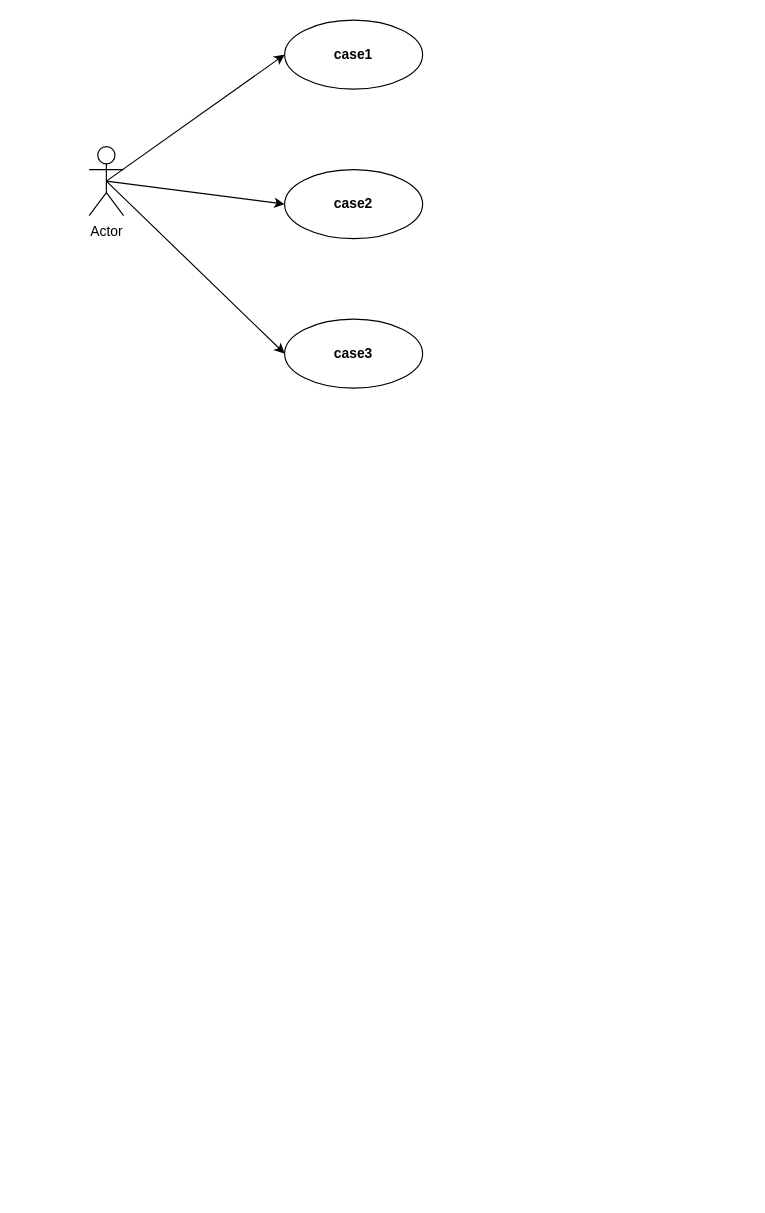
Before: demo.drawio in yoyooli8/yoyooli8.github.io, a draw.io diagram. Source tidied: cells renumbered, new cells numbered last; positions are measured from the earlier drawing's top-left corner, leaving out a move shared by most shapes. Both pictures are drawn from the tidied source at 115%, with x=0, y=0 at pixel (89, 20).
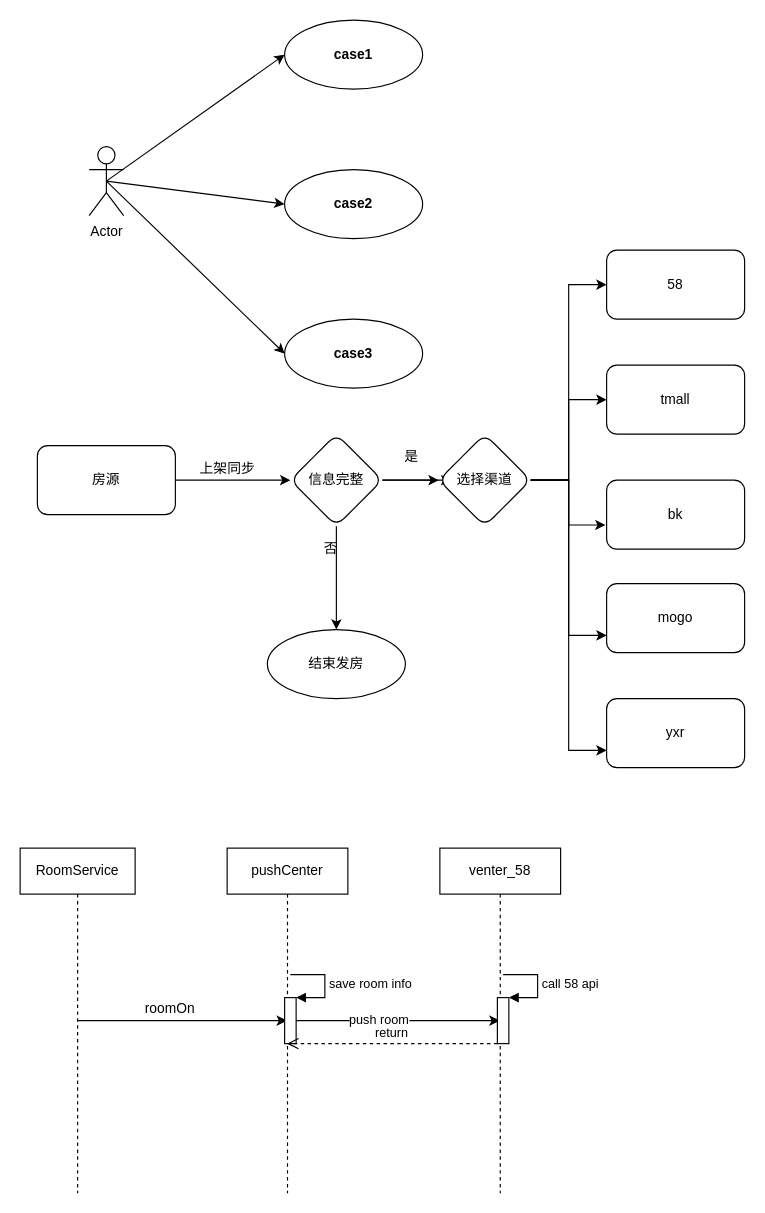
Above is the later version.

Diff of the diagram source:
```diff
@@
+    <mxCell id="9" style="edgeStyle=orthogonalEdgeStyle;rounded=0;jettySize=auto;html=1;" parent="1" edge="1" source="10" target="14">
+      <mxGeometry relative="1" as="geometry" />
+    </mxCell>
+    <mxCell id="10" value="房源" style="rounded=1;whiteSpace=wrap;html=1;" parent="1" vertex="1">
+      <mxGeometry x="-45" y="370" width="120" height="60" as="geometry" />
+    </mxCell>
+    <mxCell id="11" style="edgeStyle=orthogonalEdgeStyle;rounded=0;jettySize=auto;html=1;" parent="1" edge="1" source="14">
+      <mxGeometry relative="1" as="geometry">
+        <mxPoint x="315" y="400" as="targetPoint" />
+      </mxGeometry>
+    </mxCell>
+    <mxCell id="12" style="edgeStyle=orthogonalEdgeStyle;rounded=0;jettySize=auto;html=1;" parent="1" edge="1" source="14" target="22">
+      <mxGeometry relative="1" as="geometry" />
+    </mxCell>
+    <mxCell id="13" style="edgeStyle=orthogonalEdgeStyle;rounded=0;jettySize=auto;html=1;" parent="1" edge="1" source="14" target="23">
+      <mxGeometry relative="1" as="geometry" />
+    </mxCell>
+    <mxCell id="14" value="信息完整" style="rhombus;whiteSpace=wrap;html=1;rounded=1;" parent="1" vertex="1">
+      <mxGeometry x="175" y="360" width="80" height="80" as="geometry" />
+    </mxCell>
+    <mxCell id="15" value="上架同步" style="text;html=1;align=center;verticalAlign=middle;strokeColor=none;fillColor=none;" parent="1" vertex="1">
+      <mxGeometry x="85" y="375" width="70" height="30" as="geometry" />
+    </mxCell>
+    <mxCell id="16" value="是" style="text;html=1;align=center;verticalAlign=middle;strokeColor=none;fillColor=none;" parent="1" vertex="1">
+      <mxGeometry x="260" y="365" width="40" height="30" as="geometry" />
+    </mxCell>
+    <mxCell id="17" style="edgeStyle=orthogonalEdgeStyle;rounded=0;jettySize=auto;html=1;" parent="1" edge="1" source="22" target="26">
+      <mxGeometry relative="1" as="geometry" />
+    </mxCell>
+    <mxCell id="18" style="edgeStyle=orthogonalEdgeStyle;rounded=0;jettySize=auto;html=1;entryX=-0.008;entryY=0.65;entryDx=0;entryDy=0;entryPerimeter=0;" parent="1" edge="1" source="22" target="27">
+      <mxGeometry relative="1" as="geometry" />
+    </mxCell>
+    <mxCell id="19" style="edgeStyle=orthogonalEdgeStyle;rounded=0;jettySize=auto;html=1;entryX=0;entryY=0.75;entryDx=0;entryDy=0;" parent="1" edge="1" source="22" target="28">
+      <mxGeometry relative="1" as="geometry" />
+    </mxCell>
+    <mxCell id="20" style="edgeStyle=orthogonalEdgeStyle;rounded=0;jettySize=auto;html=1;entryX=0;entryY=0.75;entryDx=0;entryDy=0;" parent="1" edge="1" source="22" target="29">
+      <mxGeometry relative="1" as="geometry" />
+    </mxCell>
+    <mxCell id="21" style="edgeStyle=orthogonalEdgeStyle;rounded=0;jettySize=auto;html=1;entryX=0;entryY=0.5;entryDx=0;entryDy=0;" parent="1" edge="1" source="22" target="25">
+      <mxGeometry relative="1" as="geometry" />
+    </mxCell>
+    <mxCell id="22" value="选择渠道" style="rhombus;whiteSpace=wrap;html=1;rounded=1;" parent="1" vertex="1">
+      <mxGeometry x="304" y="360" width="80" height="80" as="geometry" />
+    </mxCell>
+    <mxCell id="23" value="结束发房" style="ellipse;whiteSpace=wrap;html=1;rounded=1;" parent="1" vertex="1">
+      <mxGeometry x="155" y="530" width="120" height="60" as="geometry" />
+    </mxCell>
+    <mxCell id="24" value="否" style="text;html=1;align=center;verticalAlign=middle;strokeColor=none;fillColor=none;" parent="1" vertex="1">
+      <mxGeometry x="190" y="445" width="40" height="30" as="geometry" />
+    </mxCell>
+    <mxCell id="25" value="58" style="whiteSpace=wrap;html=1;rounded=1;" parent="1" vertex="1">
+      <mxGeometry x="450" y="200" width="120" height="60" as="geometry" />
+    </mxCell>
+    <mxCell id="26" value="tmall" style="whiteSpace=wrap;html=1;rounded=1;" parent="1" vertex="1">
+      <mxGeometry x="450" y="300" width="120" height="60" as="geometry" />
+    </mxCell>
+    <mxCell id="27" value="bk" style="whiteSpace=wrap;html=1;rounded=1;" parent="1" vertex="1">
+      <mxGeometry x="450" y="400" width="120" height="60" as="geometry" />
+    </mxCell>
+    <mxCell id="28" value="mogo" style="whiteSpace=wrap;html=1;rounded=1;" parent="1" vertex="1">
+      <mxGeometry x="450" y="490" width="120" height="60" as="geometry" />
+    </mxCell>
+    <mxCell id="29" value="yxr" style="whiteSpace=wrap;html=1;rounded=1;" parent="1" vertex="1">
+      <mxGeometry x="450" y="590" width="120" height="60" as="geometry" />
+    </mxCell>
+    <mxCell id="30" style="edgeStyle=orthogonalEdgeStyle;rounded=0;jettySize=auto;html=1;" parent="1" edge="1" source="31" target="34">
+      <mxGeometry relative="1" as="geometry" />
+    </mxCell>
+    <mxCell id="31" value="RoomService" style="shape=umlLifeline;perimeter=lifelinePerimeter;whiteSpace=wrap;html=1;outlineConnect=0;" parent="1" vertex="1">
+      <mxGeometry x="-60" y="720" width="100" height="300" as="geometry" />
+    </mxCell>
+    <mxCell id="32" style="edgeStyle=orthogonalEdgeStyle;rounded=0;jettySize=auto;html=1;" parent="1" edge="1" source="34" target="38">
+      <mxGeometry relative="1" as="geometry" />
+    </mxCell>
+    <mxCell id="33" value="push room" style="edgeLabel;html=1;align=center;verticalAlign=middle;" parent="32" vertex="1">
+      <mxGeometry x="-0.15" y="2" relative="1" as="geometry" />
+    </mxCell>
+    <mxCell id="34" value="pushCenter" style="shape=umlLifeline;perimeter=lifelinePerimeter;whiteSpace=wrap;html=1;outlineConnect=0;" parent="1" vertex="1">
+      <mxGeometry x="120" y="720" width="105" height="300" as="geometry" />
+    </mxCell>
+    <mxCell id="35" style="html=1;points=[];perimeter=orthogonalPerimeter;" parent="34" vertex="1">
+      <mxGeometry x="50" y="130" width="10" height="40" as="geometry" />
+    </mxCell>
+    <mxCell id="36" value="&lt;div&gt;save room info&lt;/div&gt;" style="edgeStyle=orthogonalEdgeStyle;html=1;align=left;spacingLeft=2;endArrow=block;rounded=0;entryX=1;entryY=0;" parent="34" edge="1" target="35">
+      <mxGeometry relative="1" as="geometry">
+        <mxPoint x="55" y="110" as="sourcePoint" />
+        <Array as="points">
+          <mxPoint x="85" y="110" />
+        </Array>
+      </mxGeometry>
+    </mxCell>
+    <mxCell id="37" value="roomOn" style="text;html=1;align=center;verticalAlign=middle;strokeColor=none;fillColor=none;" parent="1" vertex="1">
+      <mxGeometry x="35" y="845" width="70" height="30" as="geometry" />
+    </mxCell>
+    <mxCell id="38" value="venter_58" style="shape=umlLifeline;perimeter=lifelinePerimeter;whiteSpace=wrap;html=1;outlineConnect=0;" parent="1" vertex="1">
+      <mxGeometry x="305" y="720" width="105" height="300" as="geometry" />
+    </mxCell>
+    <mxCell id="39" style="html=1;points=[];perimeter=orthogonalPerimeter;" parent="38" vertex="1">
+      <mxGeometry x="50" y="130" width="10" height="40" as="geometry" />
+    </mxCell>
+    <mxCell id="40" value="call 58 api" style="edgeStyle=orthogonalEdgeStyle;html=1;align=left;spacingLeft=2;endArrow=block;rounded=0;entryX=1;entryY=0;" parent="38" edge="1" target="39">
+      <mxGeometry relative="1" as="geometry">
+        <mxPoint x="55" y="110" as="sourcePoint" />
+        <Array as="points">
+          <mxPoint x="85" y="110" />
+        </Array>
+      </mxGeometry>
+    </mxCell>
+    <mxCell id="41" value="return" style="html=1;verticalAlign=bottom;endArrow=open;dashed=1;endSize=8;rounded=0;" parent="1" edge="1" target="34">
+      <mxGeometry relative="1" as="geometry">
+        <mxPoint x="355" y="890" as="sourcePoint" />
+      </mxGeometry>
+    </mxCell>
```
